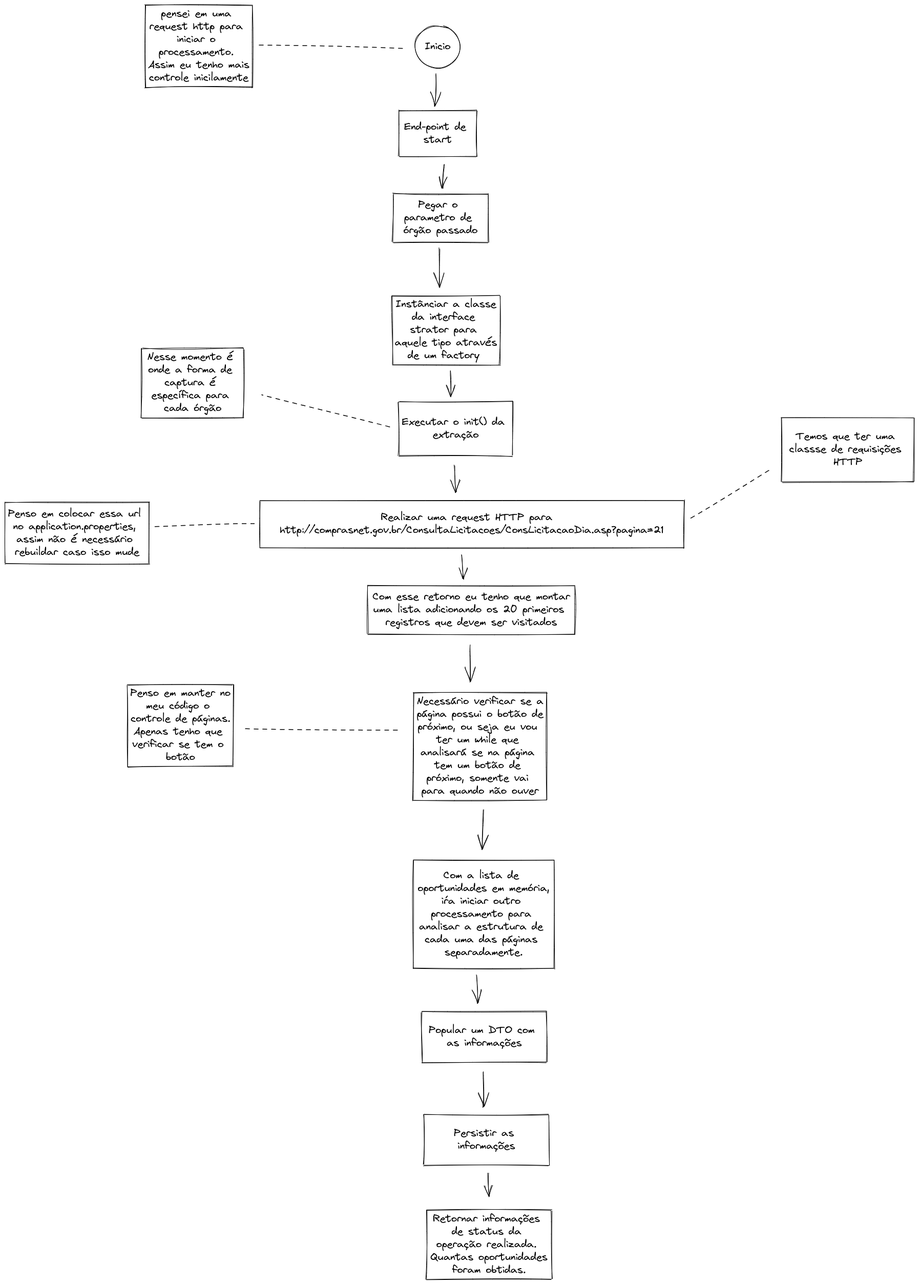
Earlier version of the Excalidraw export diagrams/flux-extractor.excalidraw.png (DavidRusycki/web-extractor). Source tidied: one line per element, renumbered; positions are measured from the earlier drawing's top-left corner, leaving out a move shared by most shapes.
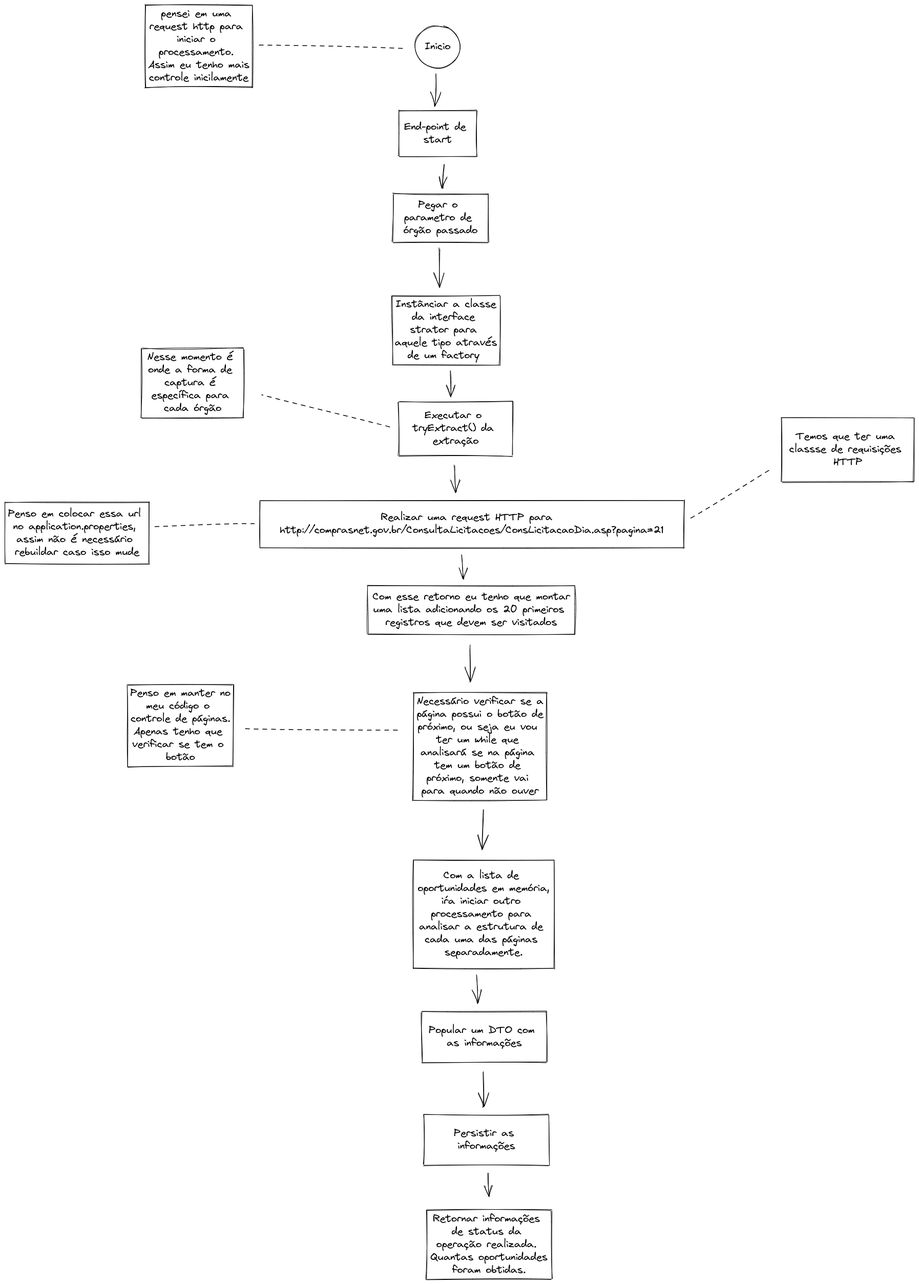
After the commit.

Diff of the diagram source:
```diff
@@ -11,7 +11,7 @@
 {"id": 10, "type": "rectangle", "strokeColor": "#000000", "strokeWidth": 1, "roughness": 1, "x": 756, "y": 567, "width": 210, "height": 135}
 {"id": 11, "type": "text", "text": "Instânciar a classe\nda interface \nstrator para \naquele tipo através\nde um factory ", "strokeColor": "#000000", "strokeWidth": 1, "roughness": 1, "fontSize": 20, "fontFamily": 1, "textAlign": "center", "verticalAlign": "middle", "inside": 10, "x": 761, "y": 572, "width": 200, "height": 125}
 {"id": 12, "type": "rectangle", "strokeColor": "#000000", "strokeWidth": 1, "roughness": 1, "x": 769, "y": 774, "width": 222, "height": 106}
-{"id": 13, "type": "text", "text": "Executar o init() da \nextração", "strokeColor": "#000000", "strokeWidth": 1, "roughness": 1, "fontSize": 20, "fontFamily": 1, "textAlign": "center", "verticalAlign": "middle", "inside": 12, "x": 774, "y": 802, "width": 211, "height": 50}
+{"id": 13, "type": "text", "text": "Executar o \ntryExtract() da \nextração", "strokeColor": "#000000", "strokeWidth": 1, "roughness": 1, "fontSize": 20, "fontFamily": 1, "textAlign": "center", "verticalAlign": "middle", "inside": 12, "x": 796, "y": 789, "width": 168, "height": 75}
 {"id": 14, "type": "arrow", "strokeColor": "#000000", "strokeWidth": 1, "roughness": 1, "endArrowhead": "arrow", "from": 10, "to": 12, "x": 869, "y": 713, "width": 2, "height": 50, "points": [[0, 0], [2, 50]]}
 {"id": 15, "type": "rectangle", "strokeColor": "#000000", "strokeWidth": 1, "roughness": 1, "x": 267, "y": 670, "width": 199, "height": 135}
 {"id": 16, "type": "text", "text": "Nesse momento é \nonde a forma de \ncaptura é \nespecífica para \ncada órgão", "strokeColor": "#000000", "strokeWidth": 1, "roughness": 1, "fontSize": 20, "fontFamily": 1, "textAlign": "center", "verticalAlign": "middle", "inside": 15, "x": 277, "y": 675, "width": 178, "height": 125}
```
